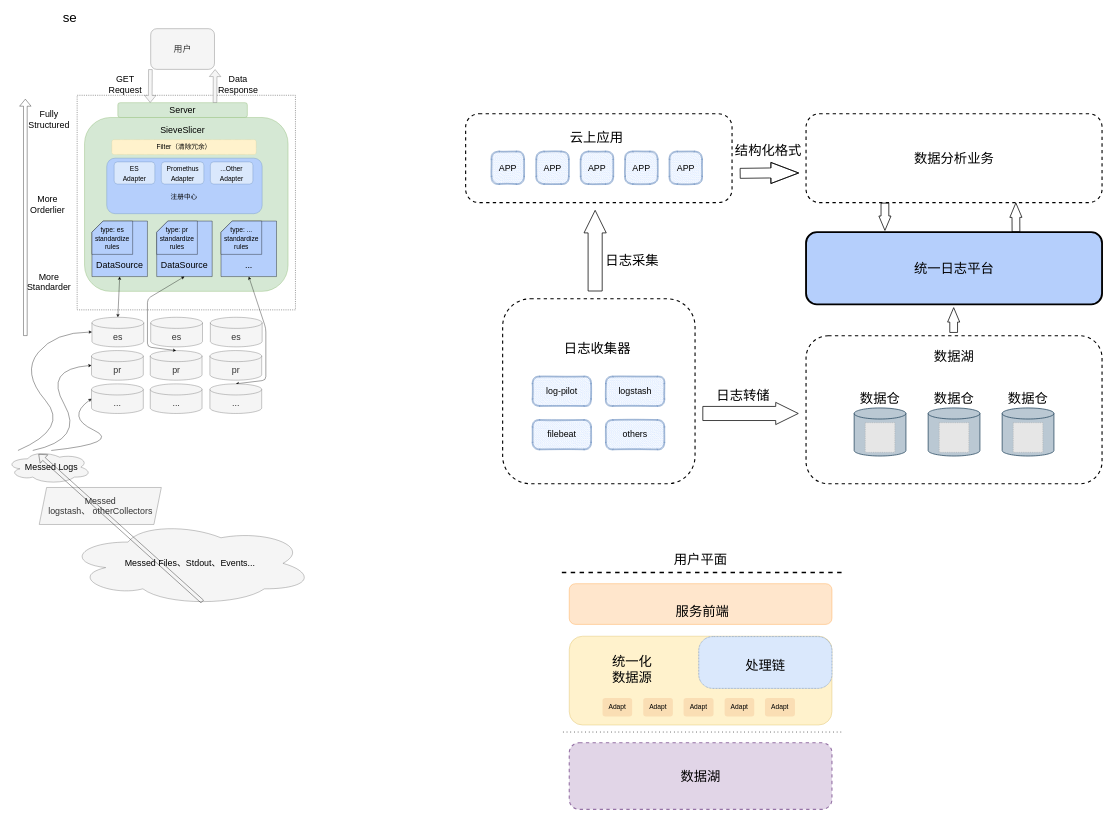
SevDaisy/draw-io-lib keeps this draw.io diagram as 统一数据源-架构设计-全局、平台.drawio. Above is the earlier version. Source tidied: cells renumbered, new cells numbered last; positions are measured from the earlier drawing's top-left corner, leaving out a move shared by most shapes. Both pictures are drawn from the tidied source at 37%, with x=0, y=0 at pixel (6, 6). Pictures stored in the file or linked from it are replaced by grey dashed boxes.
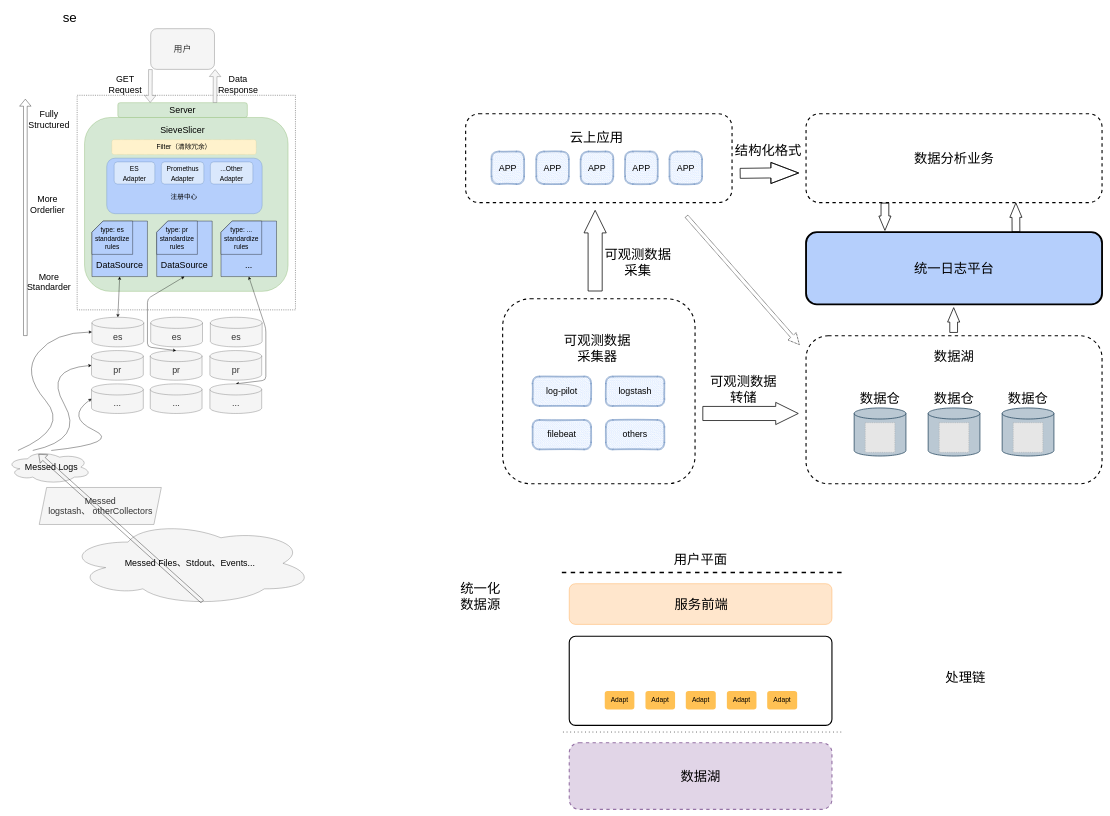
The same page after the edit.

Commit message:
更新统一数据源-架构设计-全局、平台.drawio

Unchanged cells that the change refers to:
```xml
<mxCell id="93" style="group;" parent="1" vertex="1">
  <mxGeometry x="1341" y="790" width="520" height="500" as="geometry" />
</mxCell>
```

Diff of the diagram source:
```diff
@@
-    <mxCell id="95" value="&lt;span style=&quot;color: rgb(0, 0, 0); font-family: Helvetica; font-size: 36px; font-style: normal; font-variant-ligatures: normal; font-variant-caps: normal; font-weight: 400; letter-spacing: normal; orphans: 2; text-align: center; text-indent: 0px; text-transform: none; widows: 2; word-spacing: 0px; -webkit-text-stroke-width: 0px; text-decoration-thickness: initial; text-decoration-style: initial; text-decoration-color: initial; float: none; display: inline !important;&quot;&gt;日志收集器&lt;/span&gt;" style="text;html=1;fillColor=none;align=center;verticalAlign=middle;whiteSpace=wrap;rounded=0;fontFamily=Helvetica;fontSize=12;labelBackgroundColor=none;" parent="93" vertex="1">
+    <mxCell id="95" value="&lt;span style=&quot;font-size: 36px;&quot;&gt;可观测数据&lt;/span&gt;&lt;br style=&quot;font-size: 36px;&quot;&gt;&lt;span style=&quot;font-size: 36px;&quot;&gt;采集器&lt;/span&gt;" style="text;html=1;fillColor=none;align=center;verticalAlign=middle;whiteSpace=wrap;rounded=0;fontFamily=Helvetica;fontSize=12;labelBackgroundColor=none;" parent="93" vertex="1">
       <mxGeometry x="114.8" y="20.8" width="281.7" height="229.2" as="geometry" />
     </mxCell>
@@
-    <mxCell id="102" value="日志采集" style="text;html=1;strokeColor=none;fillColor=none;align=center;verticalAlign=middle;whiteSpace=wrap;rounded=0;dashed=1;strokeWidth=3;fontFamily=Helvetica;fontSize=36;fontColor=default;" parent="1" vertex="1">
-      <mxGeometry x="1591" y="670" width="200" height="30" as="geometry" />
+    <mxCell id="102" value="可观测数据&lt;br&gt;采集" style="text;html=1;strokeColor=none;fillColor=none;align=center;verticalAlign=middle;whiteSpace=wrap;rounded=0;dashed=1;strokeWidth=3;fontFamily=Helvetica;fontSize=36;fontColor=default;" parent="1" vertex="1">
+      <mxGeometry x="1569" y="662" width="275" height="59" as="geometry" />
     </mxCell>
-    <mxCell id="103" value="日志转储" style="text;html=1;strokeColor=none;fillColor=none;align=center;verticalAlign=middle;whiteSpace=wrap;rounded=0;dashed=1;strokeWidth=3;fontFamily=Helvetica;fontSize=36;fontColor=default;" parent="1" vertex="1">
-      <mxGeometry x="1891" y="1035" width="200" height="30" as="geometry" />
+    <mxCell id="103" value="可观测数据&lt;br&gt;转储" style="text;html=1;strokeColor=none;fillColor=none;align=center;verticalAlign=middle;whiteSpace=wrap;rounded=0;dashed=1;strokeWidth=3;fontFamily=Helvetica;fontSize=36;fontColor=default;" parent="1" vertex="1">
+      <mxGeometry x="1892" y="1020" width="200" height="30" as="geometry" />
     </mxCell>
@@
-    <mxCell id="111" style="group;" parent="1" vertex="1">
-      <mxGeometry x="1521" y="1702" width="710" height="240" as="geometry" />
+    <mxCell id="111" style="group;strokeColor=#000000;strokeWidth=3;rounded=1;arcSize=7;" parent="1" vertex="1">
+      <mxGeometry x="1521" y="1702" width="710" height="241" as="geometry" />
     </mxCell>
-    <mxCell id="112" style="rounded=1;whiteSpace=wrap;html=1;strokeColor=#d6b656;strokeWidth=1;fontFamily=Helvetica;fontSize=12;fillColor=#fff2cc;" parent="111" vertex="1">
-      <mxGeometry width="710" height="240" as="geometry" />
-    </mxCell>
-    <mxCell id="113" style="rounded=1;whiteSpace=wrap;html=1;strokeColor=#6c8ebf;strokeWidth=2;fontFamily=Helvetica;fontSize=12;fillColor=#dae8fc;arcSize=27;dashed=1;dashPattern=1 1;" parent="111" vertex="1">
-      <mxGeometry x="350" y="1" width="360" height="140" as="geometry" />
-    </mxCell>
+    <mxCell id="121" value="服务前端" style="text;html=1;strokeColor=none;fillColor=none;align=center;verticalAlign=middle;whiteSpace=wrap;rounded=0;dashed=1;strokeWidth=3;fontFamily=Helvetica;fontSize=36;fontColor=default;" parent="1" vertex="1">
+      <mxGeometry x="1788" y="1597" width="180" height="40" as="geometry" />
+    </mxCell>
+    <mxCell id="122" style="endArrow=none;dashed=1;html=1;strokeWidth=2;rounded=0;fontFamily=Helvetica;fontSize=12;fontColor=default;dashPattern=1 4;" parent="1" edge="1">
+      <mxGeometry relative="1" as="geometry">
+        <mxPoint x="1504" y="1961" as="sourcePoint" />
+        <mxPoint x="2264" y="1961" as="targetPoint" />
+      </mxGeometry>
+    </mxCell>
+    <mxCell id="123" style="shape=arrow;endArrow=classic;html=1;rounded=0;strokeWidth=2;fontFamily=Helvetica;fontSize=36;fontColor=default;dashed=1;dashPattern=1 1;" parent="1" edge="1">
+      <mxGeometry relative="1" as="geometry">
+        <mxPoint x="1838" y="567" as="sourcePoint" />
+        <mxPoint x="2143" y="914" as="targetPoint" />
+      </mxGeometry>
+    </mxCell>
+    <mxCell id="119" value="统一化&lt;br&gt;数据源" style="text;html=1;strokeColor=none;fillColor=none;align=center;verticalAlign=middle;whiteSpace=wrap;rounded=0;dashed=1;strokeWidth=3;fontFamily=Helvetica;fontSize=36;fontColor=default;" parent="1" vertex="1">
+      <mxGeometry x="1201" y="1564" width="160" height="62" as="geometry" />
+    </mxCell>
+    <mxCell id="120" value="处理链" style="text;html=1;strokeColor=none;fillColor=none;align=center;verticalAlign=middle;whiteSpace=wrap;rounded=0;dashed=1;strokeWidth=3;fontFamily=Helvetica;fontSize=36;fontColor=default;" parent="1" vertex="1">
+      <mxGeometry x="2512" y="1781" width="160" height="62" as="geometry" />
+    </mxCell>
-    <mxCell id="114" value="&lt;font style=&quot;font-size: 18px;&quot;&gt;Adapt&lt;/font&gt;" style="rounded=1;whiteSpace=wrap;html=1;dashed=1;strokeColor=none;strokeWidth=3;fontFamily=Helvetica;fontSize=12;fillColor=#FADEB4;" parent="111" vertex="1">
-      <mxGeometry x="90" y="167" width="80" height="50" as="geometry" />
+    <mxCell id="114" value="&lt;font style=&quot;font-size: 18px;&quot;&gt;Adapt&lt;/font&gt;" style="rounded=1;whiteSpace=wrap;html=1;dashed=1;strokeColor=none;strokeWidth=3;fontFamily=Helvetica;fontSize=12;fillColor=#ffc154;" parent="1" vertex="1">
+      <mxGeometry x="1617" y="1850" width="80" height="50" as="geometry" />
     </mxCell>
-    <mxCell id="115" value="&lt;span style=&quot;font-size: 18px;&quot;&gt;Adapt&lt;/span&gt;" style="rounded=1;whiteSpace=wrap;html=1;dashed=1;strokeColor=none;strokeWidth=3;fontFamily=Helvetica;fontSize=12;fillColor=#FADEB4;" parent="111" vertex="1">
-      <mxGeometry x="200" y="167" width="80" height="50" as="geometry" />
+    <mxCell id="115" value="&lt;span style=&quot;font-size: 18px;&quot;&gt;Adapt&lt;/span&gt;" style="rounded=1;whiteSpace=wrap;html=1;dashed=1;strokeColor=none;strokeWidth=3;fontFamily=Helvetica;fontSize=12;fillColor=#ffc154;" parent="1" vertex="1">
+      <mxGeometry x="1727" y="1850" width="80" height="50" as="geometry" />
     </mxCell>
-    <mxCell id="116" value="&lt;span style=&quot;font-size: 18px;&quot;&gt;Adapt&lt;/span&gt;" style="rounded=1;whiteSpace=wrap;html=1;dashed=1;strokeColor=none;strokeWidth=3;fontFamily=Helvetica;fontSize=12;fontColor=default;fillColor=#FADEB4;gradientColor=none;" parent="111" vertex="1">
-      <mxGeometry x="309" y="167" width="81" height="50" as="geometry" />
+    <mxCell id="116" value="&lt;span style=&quot;font-size: 18px;&quot;&gt;Adapt&lt;/span&gt;" style="rounded=1;whiteSpace=wrap;html=1;dashed=1;strokeColor=none;strokeWidth=3;fontFamily=Helvetica;fontSize=12;fontColor=default;fillColor=#ffc154;gradientColor=none;" parent="1" vertex="1">
+      <mxGeometry x="1836" y="1850" width="81" height="50" as="geometry" />
     </mxCell>
-    <mxCell id="117" value="&lt;span style=&quot;font-size: 18px;&quot;&gt;Adapt&lt;/span&gt;" style="rounded=1;whiteSpace=wrap;html=1;dashed=1;strokeColor=none;strokeWidth=3;fontFamily=Helvetica;fontSize=12;fontColor=default;fillColor=#FADEB4;gradientColor=none;" parent="111" vertex="1">
-      <mxGeometry x="420" y="167" width="80" height="50" as="geometry" />
+    <mxCell id="117" value="&lt;span style=&quot;font-size: 18px;&quot;&gt;Adapt&lt;/span&gt;" style="rounded=1;whiteSpace=wrap;html=1;dashed=1;strokeColor=none;strokeWidth=3;fontFamily=Helvetica;fontSize=12;fontColor=default;fillColor=#ffc154;gradientColor=none;" parent="1" vertex="1">
+      <mxGeometry x="1947" y="1850" width="80" height="50" as="geometry" />
     </mxCell>
-    <mxCell id="118" value="&lt;span style=&quot;font-size: 18px;&quot;&gt;Adapt&lt;/span&gt;" style="rounded=1;whiteSpace=wrap;html=1;dashed=1;strokeColor=none;strokeWidth=3;fontFamily=Helvetica;fontSize=12;fontColor=default;fillColor=#FADEB4;gradientColor=none;" parent="111" vertex="1">
-      <mxGeometry x="529" y="167" width="81" height="50" as="geometry" />
+    <mxCell id="118" value="&lt;span style=&quot;font-size: 18px;&quot;&gt;Adapt&lt;/span&gt;" style="rounded=1;whiteSpace=wrap;html=1;dashed=1;strokeColor=none;strokeWidth=3;fontFamily=Helvetica;fontSize=12;fontColor=default;fillColor=#ffc154;gradientColor=none;" parent="1" vertex="1">
+      <mxGeometry x="2056" y="1850" width="81" height="50" as="geometry" />
     </mxCell>
-    <mxCell id="119" value="统一化&lt;br&gt;数据源" style="text;html=1;strokeColor=none;fillColor=none;align=center;verticalAlign=middle;whiteSpace=wrap;rounded=0;dashed=1;strokeWidth=3;fontFamily=Helvetica;fontSize=36;fontColor=default;" parent="111" vertex="1">
-      <mxGeometry x="90" y="58" width="160" height="62" as="geometry" />
-    </mxCell>
-    <mxCell id="120" value="处理链" style="text;html=1;strokeColor=none;fillColor=none;align=center;verticalAlign=middle;whiteSpace=wrap;rounded=0;dashed=1;strokeWidth=3;fontFamily=Helvetica;fontSize=36;fontColor=default;" parent="111" vertex="1">
-      <mxGeometry x="450" y="48" width="160" height="62" as="geometry" />
-    </mxCell>
-    <mxCell id="121" value="服务前端" style="text;html=1;strokeColor=none;fillColor=none;align=center;verticalAlign=middle;whiteSpace=wrap;rounded=0;dashed=1;strokeWidth=3;fontFamily=Helvetica;fontSize=36;fontColor=default;" parent="1" vertex="1">
-      <mxGeometry x="1791" y="1615" width="180" height="40" as="geometry" />
-    </mxCell>
-    <mxCell id="122" style="endArrow=none;dashed=1;html=1;strokeWidth=2;rounded=0;fontFamily=Helvetica;fontSize=12;fontColor=default;dashPattern=1 4;" parent="1" edge="1">
-      <mxGeometry relative="1" as="geometry">
-        <mxPoint x="1504" y="1961" as="sourcePoint" />
-        <mxPoint x="2264" y="1961" as="targetPoint" />
-      </mxGeometry>
-    </mxCell>
```
